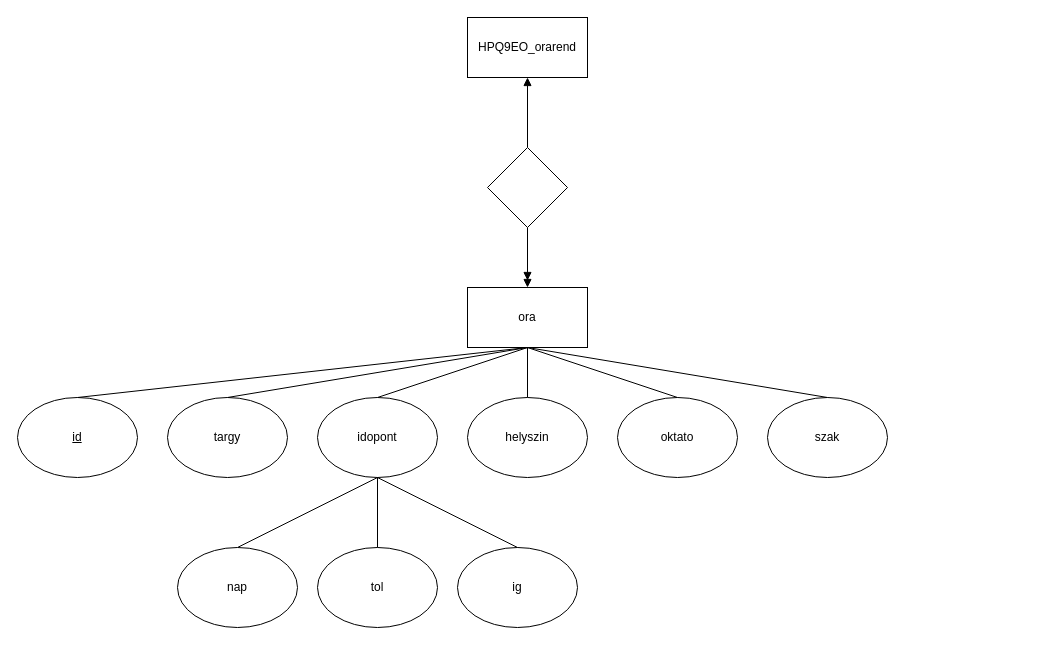
dvd2001/HPQ9EOWebXML keeps this draw.io diagram as HPQ9EO_0917/HPQ9EO_orarendER.drawio. Above is the earlier version. Source tidied: cells renumbered, new cells numbered last; positions are measured from the earlier drawing's top-left corner, leaving out a move shared by most shapes. Both pictures are drawn from the tidied source at 100%, with x=0, y=0 at pixel (17, 17).
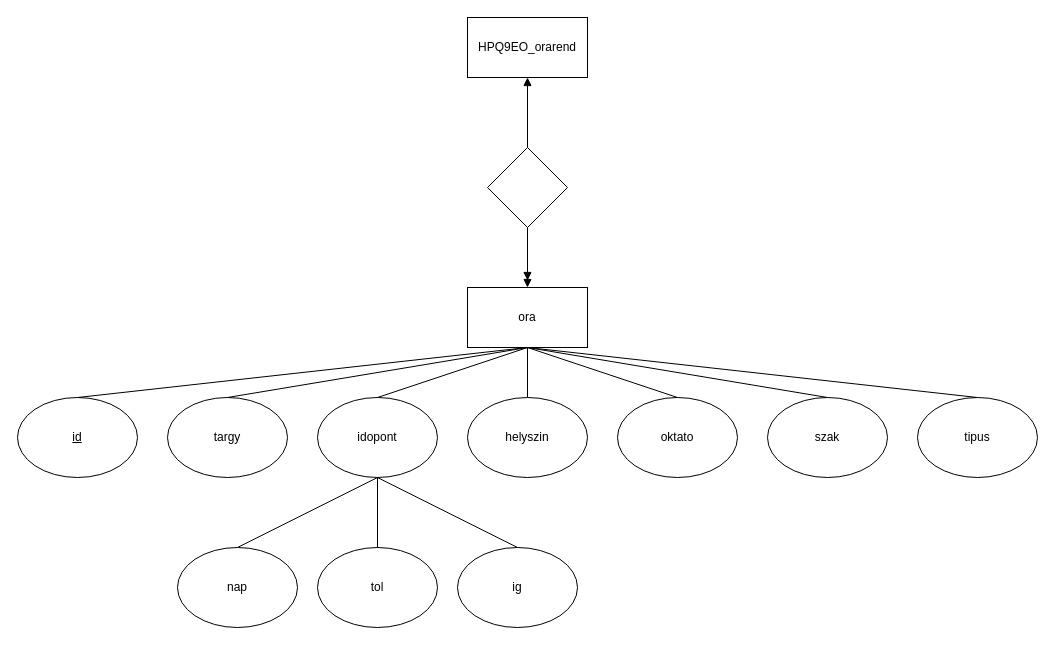
Above is the later version.

Commit message (it also covers changes not shown here):
modifiying er and xdm modells

The change refers to these unchanged cells:
```xml
<mxCell id="3" value="ora" style="rounded=0;whiteSpace=wrap;html=1;" parent="1" vertex="1">
  <mxGeometry x="450" y="270" width="120" height="60" as="geometry" />
</mxCell>
```

What changed in the source:
```diff
@@
+    <mxCell id="25" value="tipus" style="ellipse;whiteSpace=wrap;html=1;" parent="1" vertex="1">
+      <mxGeometry x="900" y="380" width="120" height="80" as="geometry" />
+    </mxCell>
+    <mxCell id="26" style="endArrow=none;html=1;entryX=0.5;entryY=0;entryDx=0;entryDy=0;exitX=0.5;exitY=1;exitDx=0;exitDy=0;" parent="1" edge="1" source="3" target="25">
+      <mxGeometry relative="1" as="geometry" />
+    </mxCell>
```
